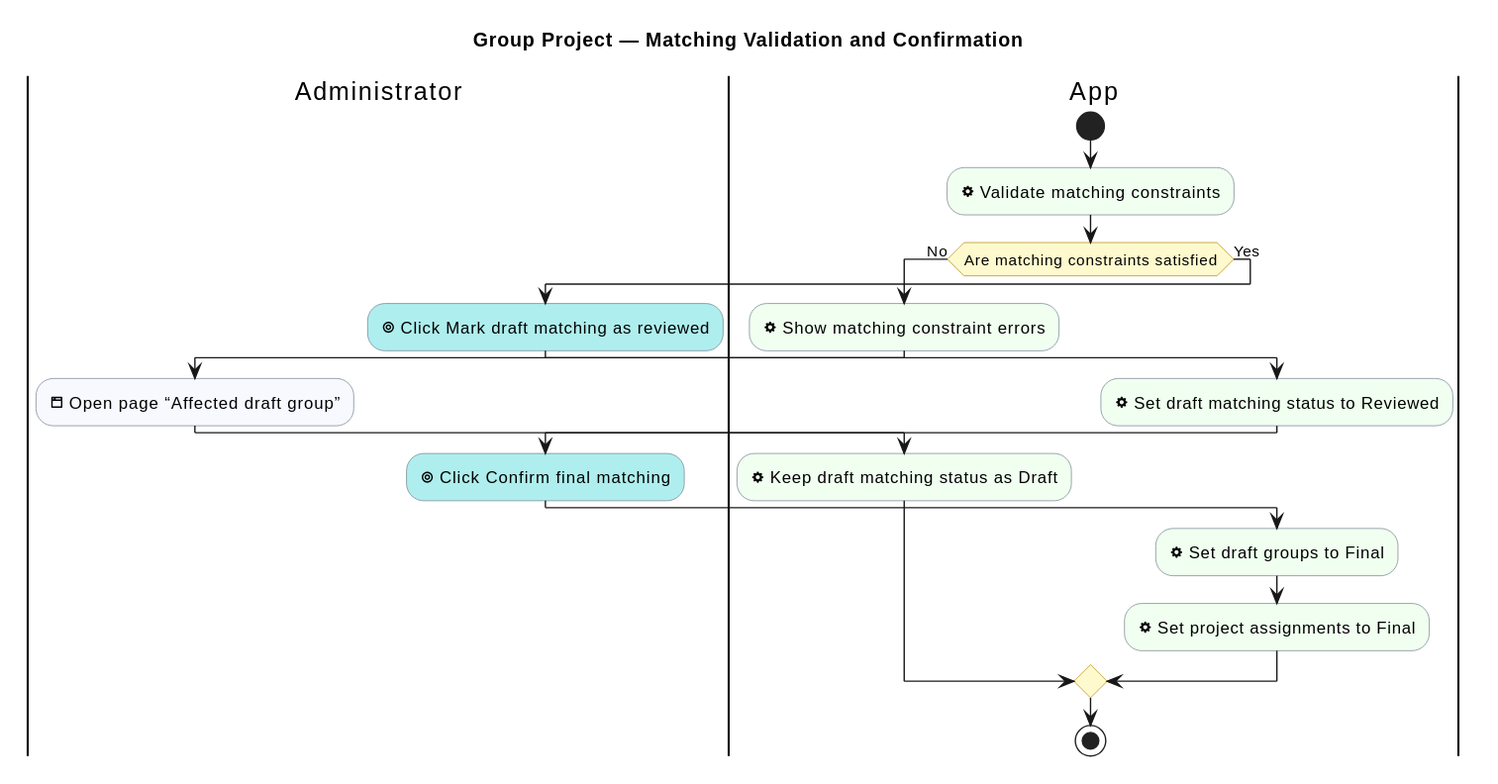
Earlier version of the PlantUML export industrial-placement-group-project/diagrams/group-project/matching-validation-and-confirmation.svg (sdflkjssl/sdflkjssl.github.io).
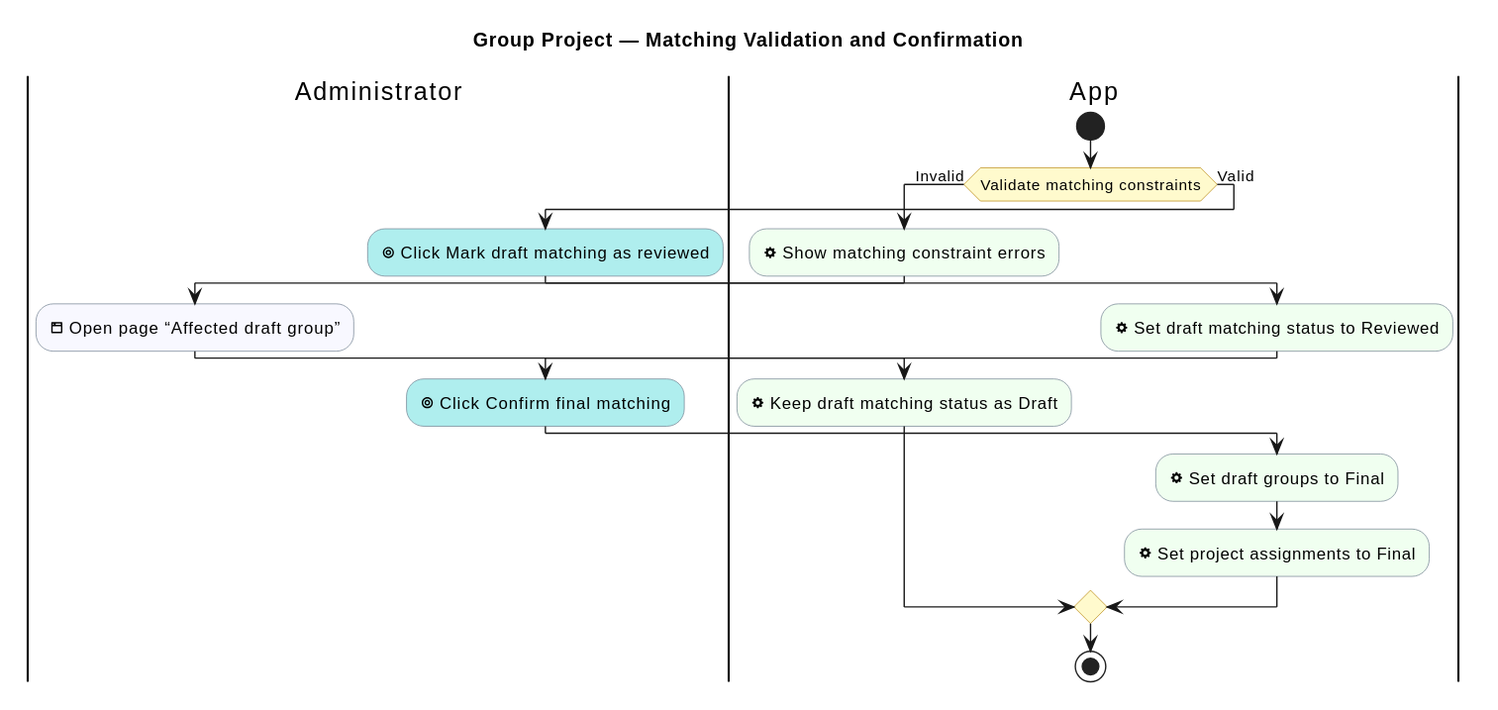
After the commit.

What changed in the source:
```diff
@@ -12,14 +12,13 @@
 
 |App|
 start
-:<&cog> Validate matching constraints; <<#HoneyDew>>
-if (Are matching constraints satisfied) then (No)
+if (Validate matching constraints) then (Invalid)
   :<&cog> Show matching constraint errors; <<#HoneyDew>>
   |Administrator|
   :<&browser> Open page “Affected draft group”; <<#GhostWhite>>
   |App|
   :<&cog> Keep draft matching status as Draft; <<#HoneyDew>>
-else (Yes)
+else (Valid)
   |Administrator|
   :<&target> Click Mark draft matching as reviewed; <<#PaleTurquoise>>
   |App|
```
